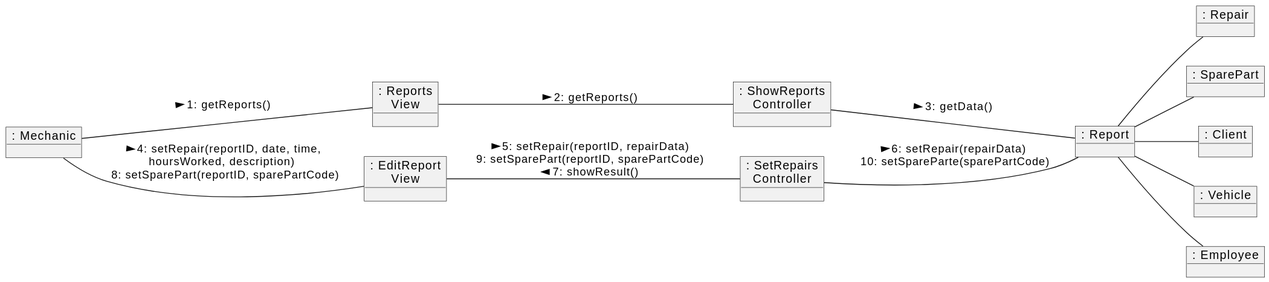
Above: docs/diagrams/tallerMecanico/logicalView/analisysView/usecaseAnalisys/analysisComunicationDiagramUC2/analysisComunicationDiagramUC2.svg in mpaulaherrero/IS-022023 (PlantUML), before the change. Source of this version:
```plantuml
@startuml
left to right direction

object ": Mechanic" as Mechanic
object ": Reports\nView" as ReportsView
object ": ShowReports\nController" as ShowReportsController
object ": EditReport\nView" as EditReportView
object ": SetRepairs\nController" as SetRepairsController
object ": Report" as Report
object ": Repair" as Repair
object ": SparePart" as SparePart
object ": Client" as Client
object ": Vehicle" as Vehicle
object ": Employee" as Employee

Mechanic -- ReportsView : > 1: getReports()
ReportsView -- ShowReportsController : > 2: getReports()
ShowReportsController -- Report : > 3: getData()

Mechanic -- EditReportView : > 4: setRepair(reportID, date, time, \nhoursWorked, description) \n 8: setSparePart(reportID, sparePartCode)
EditReportView -- SetRepairsController : > 5: setRepair(reportID, repairData) \n 9: setSparePart(reportID, sparePartCode) \n 7: showResult() <
SetRepairsController -- Report : > 6: setRepair(repairData) \n 10: setSpareParte(sparePartCode)
Report -- Repair
Report -- SparePart
Report -- Client
Report -- Vehicle
Report -- Employee
@enduml
```
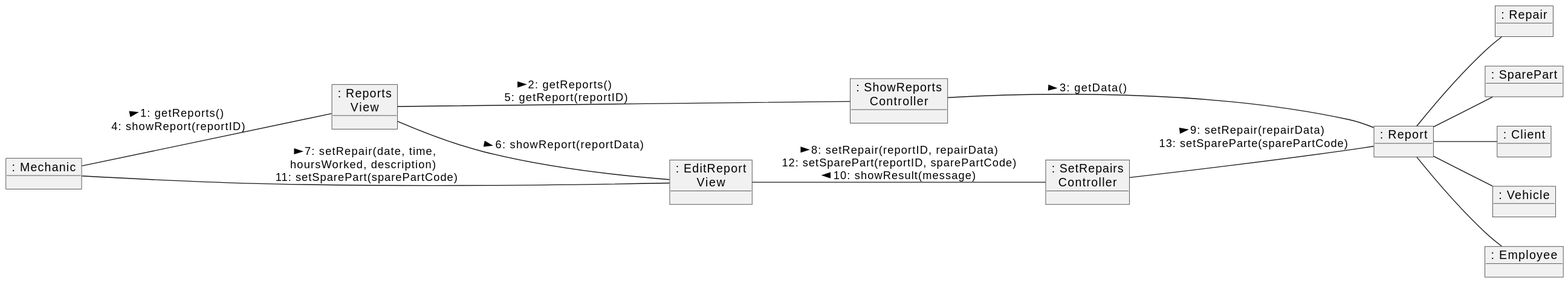
After the commit.

Diff of the diagram source:
```diff
@@ -13,13 +13,15 @@
 object ": Vehicle" as Vehicle
 object ": Employee" as Employee
 
-Mechanic -- ReportsView : > 1: getReports()
-ReportsView -- ShowReportsController : > 2: getReports()
+Mechanic -- ReportsView : > 1: getReports() \n 4: showReport(reportID)
+ReportsView -- ShowReportsController : > 2: getReports() \n 5: getReport(reportID)
 ShowReportsController -- Report : > 3: getData()
 
-Mechanic -- EditReportView : > 4: setRepair(reportID, date, time, \nhoursWorked, description) \n 8: setSparePart(reportID, sparePartCode)
-EditReportView -- SetRepairsController : > 5: setRepair(reportID, repairData) \n 9: setSparePart(reportID, sparePartCode) \n 7: showResult() <
-SetRepairsController -- Report : > 6: setRepair(repairData) \n 10: setSpareParte(sparePartCode)
+ReportsView -- EditReportView: > 6: showReport(reportData)
+
+Mechanic -- EditReportView : > 7: setRepair(date, time, \nhoursWorked, description) \n 11: setSparePart(sparePartCode)
+EditReportView -- SetRepairsController : > 8: setRepair(reportID, repairData) \n 12: setSparePart(reportID, sparePartCode) \n 10: showResult(message) <
+SetRepairsController -- Report : > 9: setRepair(repairData) \n 13: setSpareParte(sparePartCode)
 Report -- Repair
 Report -- SparePart
 Report -- Client
```
